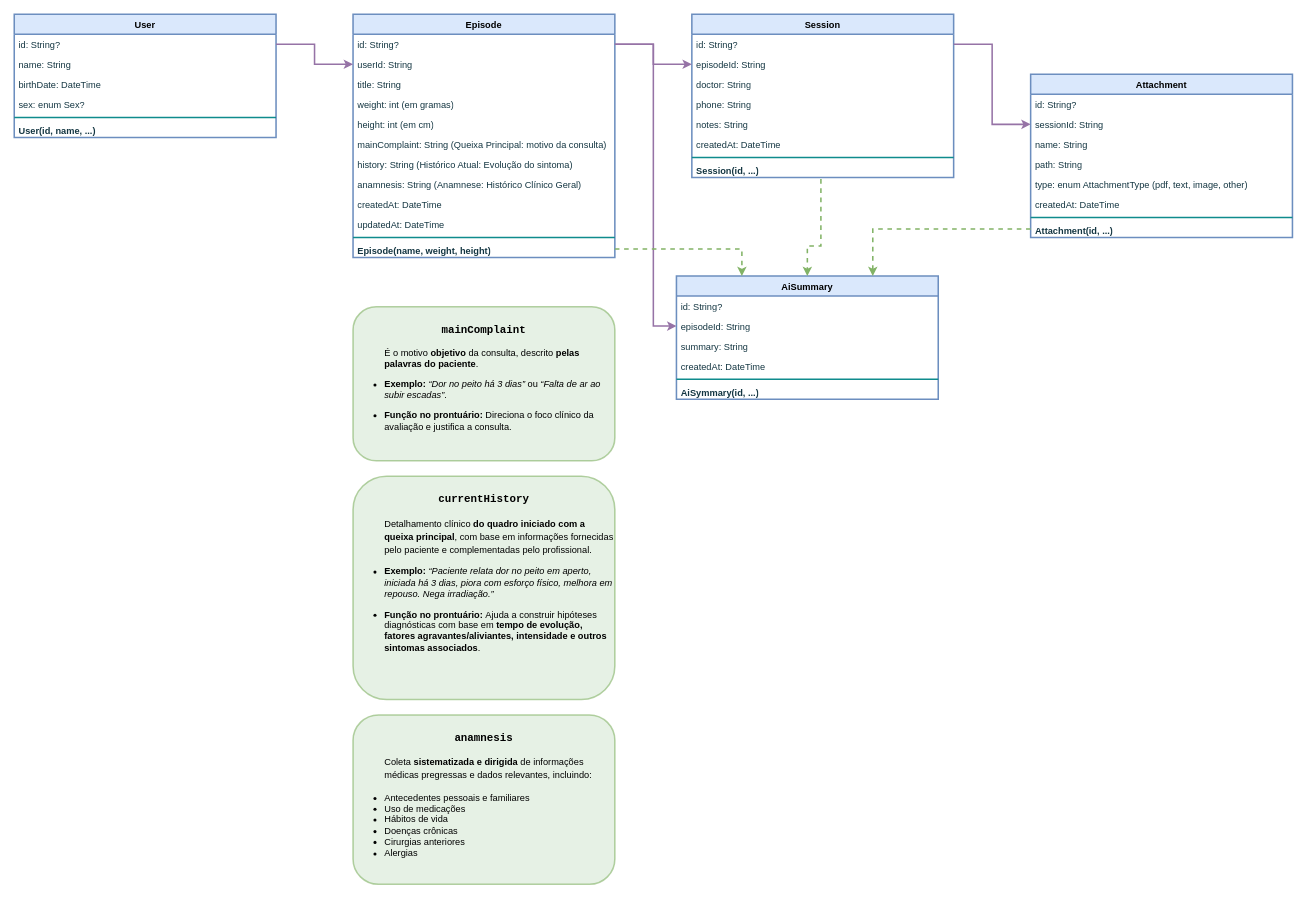
rudsonalves/prontu_ai keeps this draw.io diagram as docs/Diagrama de Classes.drawio. Above is the earlier version. Source tidied: cells renumbered, new cells numbered last; positions are measured from the earlier drawing's top-left corner, leaving out a move shared by most shapes. Both pictures are drawn from the tidied source at 77%, with x=0, y=0 at pixel (14, 14).
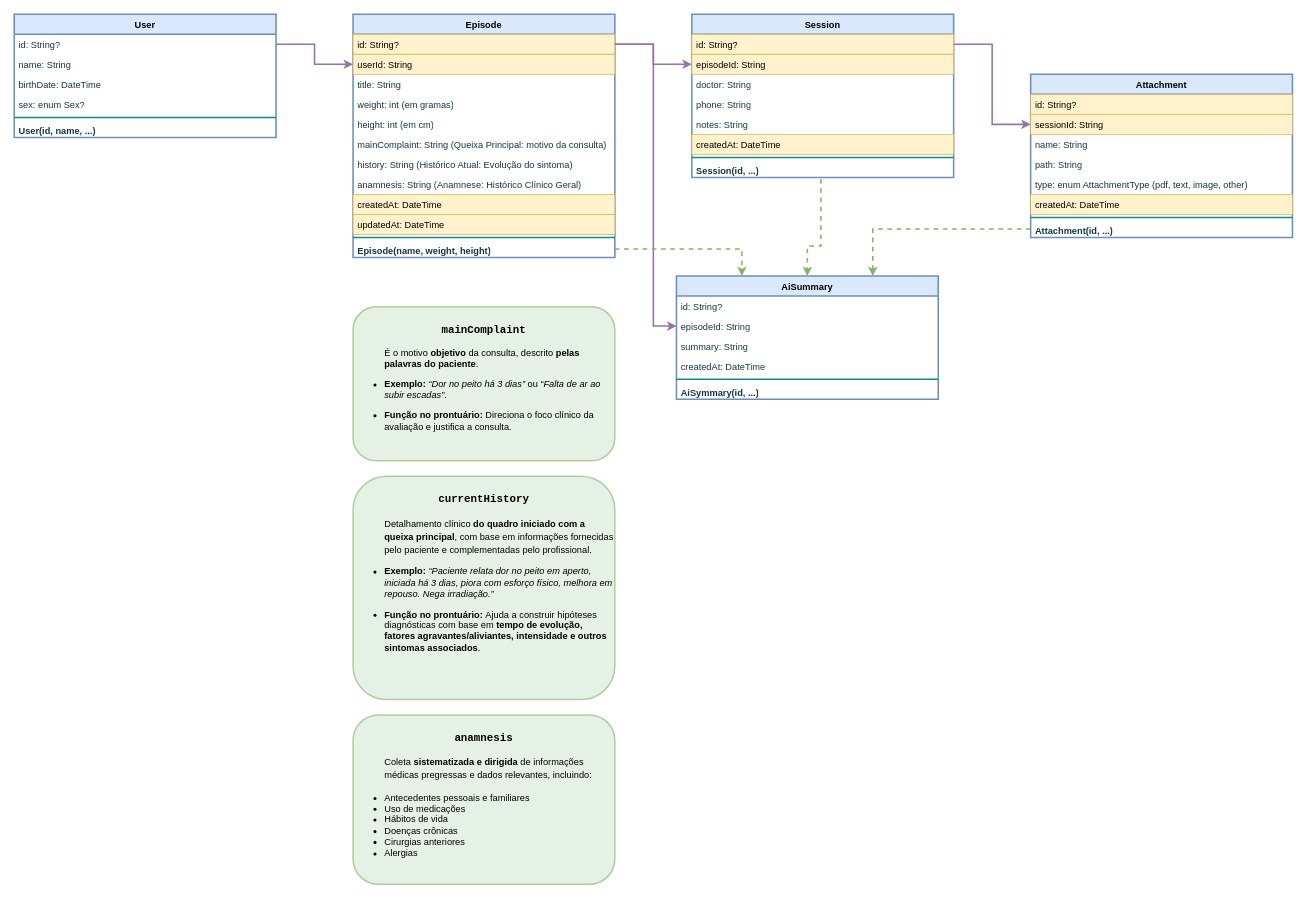
The same diagram, later.

Unchanged cells that the change refers to:
```xml
<mxCell id="2" value="Episode" style="swimlane;fontStyle=1;align=center;verticalAlign=top;horizontal=1;startSize=26;whiteSpace=wrap;html=1;labelBackgroundColor=none;fillColor=#dae8fc;strokeColor=#6c8ebf;strokeWidth=2;" parent="1" vertex="1">
  <mxGeometry x="440" width="340" height="316" as="geometry" />
</mxCell>
<mxCell id="15" value="Session" style="swimlane;fontStyle=1;align=center;verticalAlign=top;horizontal=1;startSize=26;whiteSpace=wrap;html=1;labelBackgroundColor=none;fillColor=#dae8fc;strokeColor=#6c8ebf;strokeWidth=2;" parent="1" vertex="1">
  <mxGeometry x="880" width="340" height="212" as="geometry" />
</mxCell>
<mxCell id="24" value="Attachment" style="swimlane;fontStyle=1;align=center;verticalAlign=top;horizontal=1;startSize=26;whiteSpace=wrap;html=1;labelBackgroundColor=none;fillColor=#dae8fc;strokeColor=#6c8ebf;strokeWidth=2;" parent="1" vertex="1">
  <mxGeometry x="1320" y="78" width="340" height="212" as="geometry" />
</mxCell>
```

What changed in the source:
```diff
@@
-    <mxCell id="3" value="id: String?" style="text;strokeColor=none;fillColor=none;align=left;verticalAlign=top;spacingLeft=4;spacingRight=4;overflow=hidden;points=[[0,0.5],[1,0.5]];portConstraint=eastwest;whiteSpace=wrap;html=1;labelBackgroundColor=none;fontColor=#143642;" parent="2" vertex="1">
+    <mxCell id="3" value="id: String?" style="text;strokeColor=#d6b656;fillColor=#fff2cc;align=left;verticalAlign=top;spacingLeft=4;spacingRight=4;overflow=hidden;points=[[0,0.5],[1,0.5]];portConstraint=eastwest;whiteSpace=wrap;html=1;labelBackgroundColor=none;" parent="2" vertex="1">
       <mxGeometry y="26" width="340" height="26" as="geometry" />
     </mxCell>
-    <mxCell id="4" value="userId: String" style="text;strokeColor=none;fillColor=none;align=left;verticalAlign=top;spacingLeft=4;spacingRight=4;overflow=hidden;points=[[0,0.5],[1,0.5]];portConstraint=eastwest;whiteSpace=wrap;html=1;labelBackgroundColor=none;fontColor=#143642;" parent="2" vertex="1">
+    <mxCell id="4" value="userId: String" style="text;strokeColor=#d6b656;fillColor=#fff2cc;align=left;verticalAlign=top;spacingLeft=4;spacingRight=4;overflow=hidden;points=[[0,0.5],[1,0.5]];portConstraint=eastwest;whiteSpace=wrap;html=1;labelBackgroundColor=none;" parent="2" vertex="1">
       <mxGeometry y="52" width="340" height="26" as="geometry" />
     </mxCell>
@@
-    <mxCell id="11" value="createdAt: DateTime" style="text;strokeColor=none;fillColor=none;align=left;verticalAlign=top;spacingLeft=4;spacingRight=4;overflow=hidden;whiteSpace=wrap;html=1;labelBackgroundColor=none;fontColor=#143642;" parent="2" vertex="1">
+    <mxCell id="11" value="createdAt: DateTime" style="text;strokeColor=#d6b656;fillColor=#fff2cc;align=left;verticalAlign=top;spacingLeft=4;spacingRight=4;overflow=hidden;whiteSpace=wrap;html=1;labelBackgroundColor=none;" parent="2" vertex="1">
       <mxGeometry y="234" width="340" height="26" as="geometry" />
     </mxCell>
-    <mxCell id="12" value="updatedAt: DateTime" style="text;strokeColor=none;fillColor=none;align=left;verticalAlign=top;spacingLeft=4;spacingRight=4;overflow=hidden;whiteSpace=wrap;html=1;labelBackgroundColor=none;fontColor=#143642;" parent="2" vertex="1">
+    <mxCell id="12" value="updatedAt: DateTime" style="text;strokeColor=#d6b656;fillColor=#fff2cc;align=left;verticalAlign=top;spacingLeft=4;spacingRight=4;overflow=hidden;whiteSpace=wrap;html=1;labelBackgroundColor=none;" parent="2" vertex="1">
       <mxGeometry y="260" width="340" height="26" as="geometry" />
     </mxCell>
@@
-    <mxCell id="16" value="id: String?" style="text;strokeColor=none;fillColor=none;align=left;verticalAlign=top;spacingLeft=4;spacingRight=4;overflow=hidden;points=[[0,0.5],[1,0.5]];portConstraint=eastwest;whiteSpace=wrap;html=1;labelBackgroundColor=none;fontColor=#143642;" parent="15" vertex="1">
+    <mxCell id="16" value="id: String?" style="text;strokeColor=#d6b656;fillColor=#fff2cc;align=left;verticalAlign=top;spacingLeft=4;spacingRight=4;overflow=hidden;points=[[0,0.5],[1,0.5]];portConstraint=eastwest;whiteSpace=wrap;html=1;labelBackgroundColor=none;" parent="15" vertex="1">
       <mxGeometry y="26" width="340" height="26" as="geometry" />
     </mxCell>
-    <mxCell id="17" value="episodeId: String" style="text;strokeColor=none;fillColor=none;align=left;verticalAlign=top;spacingLeft=4;spacingRight=4;overflow=hidden;points=[[0,0.5],[1,0.5]];portConstraint=eastwest;whiteSpace=wrap;html=1;labelBackgroundColor=none;fontColor=#143642;" parent="15" vertex="1">
+    <mxCell id="17" value="episodeId: String" style="text;strokeColor=#d6b656;fillColor=#fff2cc;align=left;verticalAlign=top;spacingLeft=4;spacingRight=4;overflow=hidden;points=[[0,0.5],[1,0.5]];portConstraint=eastwest;whiteSpace=wrap;html=1;labelBackgroundColor=none;" parent="15" vertex="1">
       <mxGeometry y="52" width="340" height="26" as="geometry" />
     </mxCell>
@@
-    <mxCell id="21" value="createdAt: DateTime" style="text;strokeColor=none;fillColor=none;align=left;verticalAlign=top;spacingLeft=4;spacingRight=4;overflow=hidden;whiteSpace=wrap;html=1;labelBackgroundColor=none;fontColor=#143642;" parent="15" vertex="1">
+    <mxCell id="21" value="createdAt: DateTime" style="text;strokeColor=#d6b656;fillColor=#fff2cc;align=left;verticalAlign=top;spacingLeft=4;spacingRight=4;overflow=hidden;whiteSpace=wrap;html=1;labelBackgroundColor=none;" parent="15" vertex="1">
       <mxGeometry y="156" width="340" height="26" as="geometry" />
     </mxCell>
@@
-    <mxCell id="25" value="id: String?" style="text;strokeColor=none;fillColor=none;align=left;verticalAlign=top;spacingLeft=4;spacingRight=4;overflow=hidden;whiteSpace=wrap;html=1;labelBackgroundColor=none;fontColor=#143642;" parent="24" vertex="1">
+    <mxCell id="25" value="id: String?" style="text;strokeColor=#d6b656;fillColor=#fff2cc;align=left;verticalAlign=top;spacingLeft=4;spacingRight=4;overflow=hidden;whiteSpace=wrap;html=1;labelBackgroundColor=none;" parent="24" vertex="1">
       <mxGeometry y="26" width="340" height="26" as="geometry" />
     </mxCell>
-    <mxCell id="26" value="sessionId: String" style="text;strokeColor=none;fillColor=none;align=left;verticalAlign=top;spacingLeft=4;spacingRight=4;overflow=hidden;points=[[0,0.5],[1,0.5]];portConstraint=eastwest;whiteSpace=wrap;html=1;labelBackgroundColor=none;fontColor=#143642;" parent="24" vertex="1">
+    <mxCell id="26" value="sessionId: String" style="text;strokeColor=#d6b656;fillColor=#fff2cc;align=left;verticalAlign=top;spacingLeft=4;spacingRight=4;overflow=hidden;points=[[0,0.5],[1,0.5]];portConstraint=eastwest;whiteSpace=wrap;html=1;labelBackgroundColor=none;" parent="24" vertex="1">
       <mxGeometry y="52" width="340" height="26" as="geometry" />
     </mxCell>
@@
-    <mxCell id="30" value="createdAt: DateTime" style="text;strokeColor=none;fillColor=none;align=left;verticalAlign=top;spacingLeft=4;spacingRight=4;overflow=hidden;whiteSpace=wrap;html=1;labelBackgroundColor=none;fontColor=#143642;" parent="24" vertex="1">
+    <mxCell id="30" value="createdAt: DateTime" style="text;strokeColor=#d6b656;fillColor=#fff2cc;align=left;verticalAlign=top;spacingLeft=4;spacingRight=4;overflow=hidden;whiteSpace=wrap;html=1;labelBackgroundColor=none;" parent="24" vertex="1">
       <mxGeometry y="156" width="340" height="26" as="geometry" />
     </mxCell>
```
